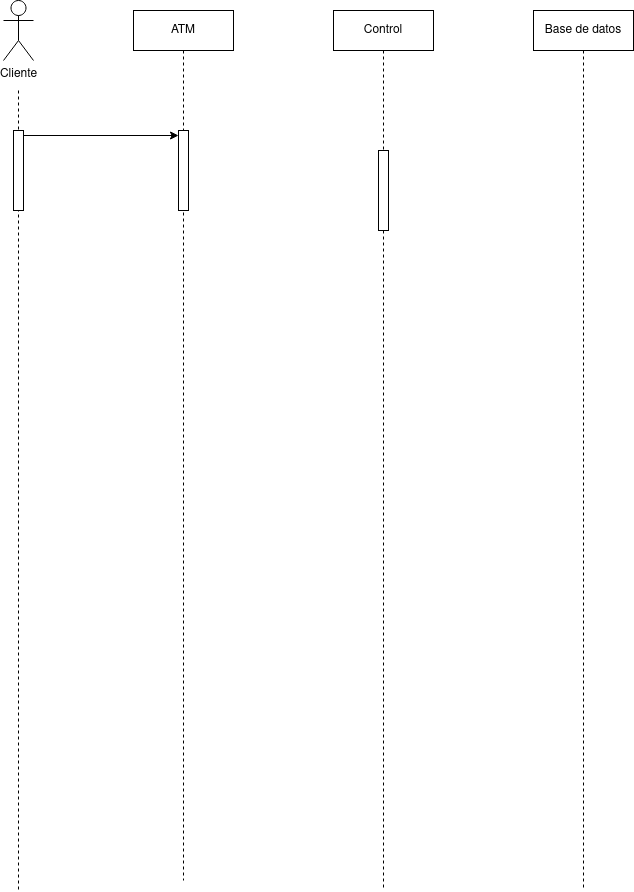
Above: diagramas_secuencias/cajero-automatico/diagrama-secuencias-cajero-automatico.drawio.png in JesusLugo2002/ETS (draw.io), before the change. Source tidied: cells renumbered, new cells last; positions are measured from the earlier drawing's top-left corner, leaving out a move shared by most shapes.
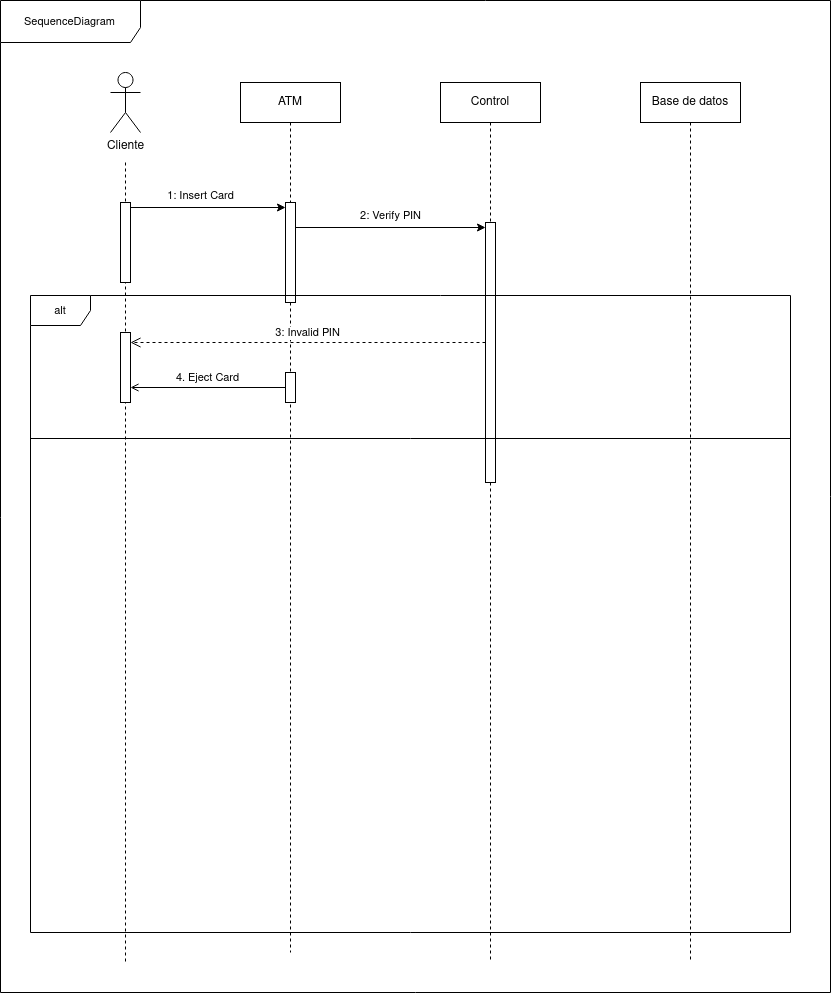
After the change.

What changed in the source:
```diff
@@ -6,13 +6,13 @@
       <mxGeometry x="130" y="10" width="100" height="870" as="geometry" />
     </mxCell>
     <mxCell id="3" style="html=1;points=[[0,0,0,0,5],[0,1,0,0,-5],[1,0,0,0,5],[1,1,0,0,-5]];perimeter=orthogonalPerimeter;outlineConnect=0;targetShapes=umlLifeline;portConstraint=eastwest;newEdgeStyle={&quot;curved&quot;:0,&quot;rounded&quot;:0};" parent="2" vertex="1">
-      <mxGeometry x="45" y="120" width="10" height="80" as="geometry" />
+      <mxGeometry x="45" y="120" width="10" height="100" as="geometry" />
     </mxCell>
     <mxCell id="4" value="Control" style="shape=umlLifeline;perimeter=lifelinePerimeter;whiteSpace=wrap;html=1;newEdgeStyle={&quot;curved&quot;:0,&quot;rounded&quot;:0};" parent="1" vertex="1">
       <mxGeometry x="330" y="10" width="100" height="880" as="geometry" />
     </mxCell>
     <mxCell id="5" style="html=1;points=[[0,0,0,0,5],[0,1,0,0,-5],[1,0,0,0,5],[1,1,0,0,-5]];perimeter=orthogonalPerimeter;outlineConnect=0;targetShapes=umlLifeline;portConstraint=eastwest;newEdgeStyle={&quot;curved&quot;:0,&quot;rounded&quot;:0};" parent="4" vertex="1">
-      <mxGeometry x="45" y="140" width="10" height="80" as="geometry" />
+      <mxGeometry x="45" y="140" width="10" height="260" as="geometry" />
     </mxCell>
     <mxCell id="6" value="Base de datos" style="shape=umlLifeline;perimeter=lifelinePerimeter;whiteSpace=wrap;html=1;newEdgeStyle={&quot;curved&quot;:0,&quot;rounded&quot;:0};" parent="1" vertex="1">
       <mxGeometry x="530" y="10" width="100" height="880" as="geometry" />
@@ -38,5 +38,38 @@
     <mxCell id="11" style="rounded=0;jettySize=auto;html=1;entryX=0;entryY=0;entryDx=0;entryDy=5;entryPerimeter=0;" parent="1" edge="1" source="10" target="3">
       <mxGeometry relative="1" as="geometry" />
     </mxCell>
+    <mxCell id="12" style="edgeStyle=none;shape=connector;rounded=0;jettySize=auto;html=1;curved=0;labelBackgroundColor=default;strokeColor=default;align=center;verticalAlign=middle;fontFamily=Helvetica;fontSize=11;fontColor=default;endArrow=classic;entryX=0;entryY=0;entryDx=0;entryDy=5;entryPerimeter=0;" parent="1" edge="1" source="3" target="5">
+      <mxGeometry relative="1" as="geometry" />
+    </mxCell>
+    <mxCell id="13" value="1: Insert Card" style="text;html=1;align=center;verticalAlign=middle;strokeColor=none;fillColor=none;fontFamily=Helvetica;fontSize=11;fontColor=default;" parent="1" vertex="1">
+      <mxGeometry x="45" y="108" width="90" height="30" as="geometry" />
+    </mxCell>
+    <mxCell id="14" value="&lt;div&gt;2: Verify PIN&lt;/div&gt;" style="text;html=1;align=center;verticalAlign=middle;strokeColor=none;fillColor=none;fontFamily=Helvetica;fontSize=11;fontColor=default;" parent="1" vertex="1">
+      <mxGeometry x="240" y="128" width="80" height="30" as="geometry" />
+    </mxCell>
+    <mxCell id="15" value="&lt;div&gt;3: Invalid PIN&lt;br&gt;&lt;/div&gt;" style="html=1;verticalAlign=bottom;endArrow=open;dashed=1;endSize=8;curved=0;rounded=0;labelBackgroundColor=default;strokeColor=default;align=center;fontFamily=Helvetica;fontSize=11;fontColor=default;shape=connector;" parent="1" edge="1">
+      <mxGeometry relative="1" as="geometry">
+        <mxPoint x="375" y="270" as="sourcePoint" />
+        <mxPoint x="20" y="270" as="targetPoint" />
+      </mxGeometry>
+    </mxCell>
+    <mxCell id="16" value="&lt;div&gt;alt&lt;/div&gt;" style="shape=umlFrame;whiteSpace=wrap;html=1;fontFamily=Helvetica;fontSize=11;fontColor=default;" parent="1" vertex="1">
+      <mxGeometry x="-80" y="223" width="760" height="637" as="geometry" />
+    </mxCell>
+    <mxCell id="17" value="&lt;div&gt;SequenceDiagram&lt;/div&gt;" style="shape=umlFrame;whiteSpace=wrap;html=1;fontFamily=Helvetica;fontSize=11;fontColor=default;width=140;height=42;" parent="1" vertex="1">
+      <mxGeometry x="-110" y="-72" width="830" height="992" as="geometry" />
+    </mxCell>
+    <mxCell id="18" style="html=1;points=[[0,0,0,0,5],[0,1,0,0,-5],[1,0,0,0,5],[1,1,0,0,-5]];perimeter=orthogonalPerimeter;outlineConnect=0;targetShapes=umlLifeline;portConstraint=eastwest;newEdgeStyle={&quot;curved&quot;:0,&quot;rounded&quot;:0};fontFamily=Helvetica;fontSize=11;fontColor=default;" parent="1" vertex="1">
+      <mxGeometry x="10" y="260" width="10" height="70" as="geometry" />
+    </mxCell>
+    <mxCell id="19" style="line;strokeWidth=1;fillColor=none;align=left;verticalAlign=middle;spacingTop=-1;spacingLeft=3;spacingRight=3;labelPosition=right;strokeColor=inherit;fontFamily=Helvetica;fontSize=11;fontColor=default;" parent="1" vertex="1">
+      <mxGeometry x="-80" y="362" width="760" height="8" as="geometry" />
+    </mxCell>
+    <mxCell id="20" style="html=1;points=[[0,0,0,0,5],[0,1,0,0,-5],[1,0,0,0,5],[1,1,0,0,-5]];perimeter=orthogonalPerimeter;outlineConnect=0;targetShapes=umlLifeline;portConstraint=eastwest;newEdgeStyle={&quot;curved&quot;:0,&quot;rounded&quot;:0};fontFamily=Helvetica;fontSize=11;fontColor=default;" parent="1" vertex="1">
+      <mxGeometry x="175" y="300" width="10" height="30" as="geometry" />
+    </mxCell>
+    <mxCell id="21" value="4. Eject Card" style="html=1;verticalAlign=bottom;endArrow=open;curved=0;rounded=0;labelBackgroundColor=default;strokeColor=default;align=center;fontFamily=Helvetica;fontSize=11;fontColor=default;shape=connector;endFill=0;" parent="1" edge="1" source="20" target="18">
+      <mxGeometry relative="1" as="geometry" />
+    </mxCell>
   </root>
 </mxGraphModel>
```
